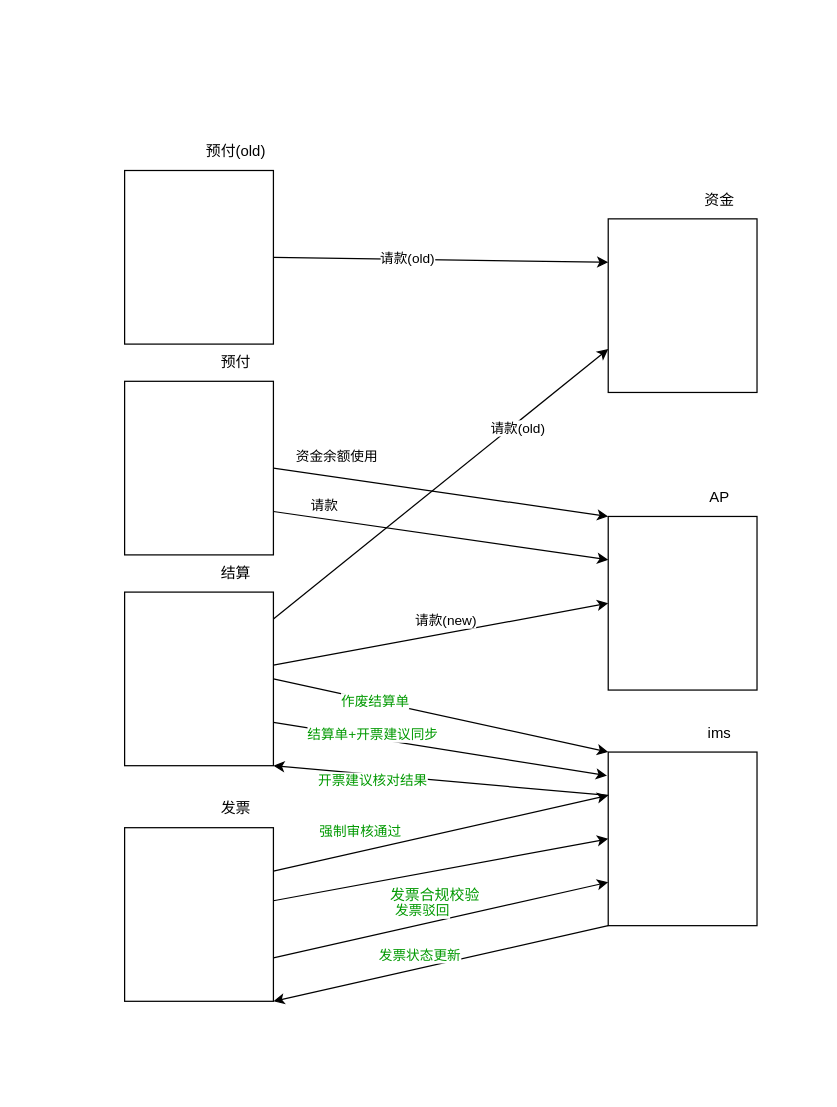
The draw.io diagram page "Page-2" (2 of 2) of 预付流程.drawio in clinkz/whatgithubis, before the edit. Source tidied: cells renumbered, new cells numbered last; positions are measured from the earlier drawing's top-left corner, leaving out a move shared by most shapes. Both pictures are drawn from the tidied source at 124%, with x=0, y=0 at pixel (124, 133).
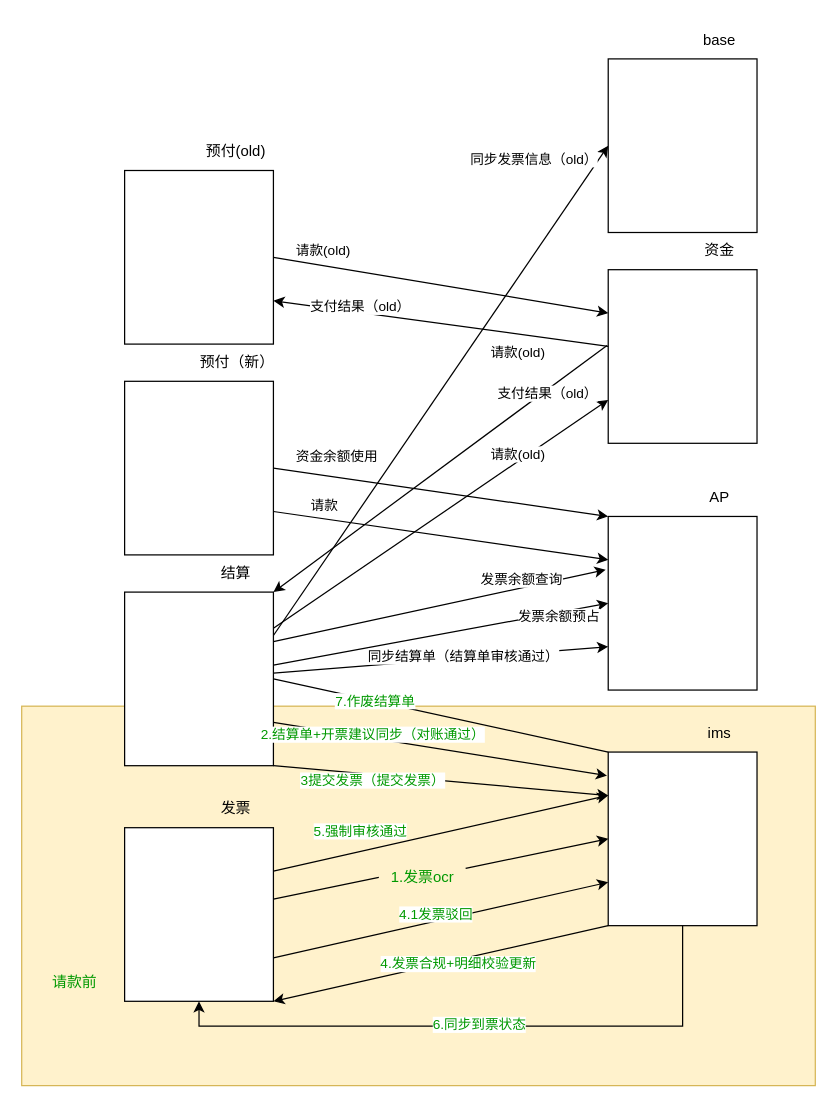
After the change.

Unchanged cells that the change refers to:
```xml
<mxCell id="2" style="group;" parent="1" vertex="1">
  <mxGeometry y="170" width="120" height="170" as="geometry" />
</mxCell>
<mxCell id="6" style="rounded=0;whiteSpace=wrap;html=1;" parent="5" vertex="1">
  <mxGeometry y="30" width="120" height="140" as="geometry" />
</mxCell>
<mxCell id="9" style="rounded=0;whiteSpace=wrap;html=1;" parent="8" vertex="1">
  <mxGeometry y="30" width="120" height="140" as="geometry" />
</mxCell>
<mxCell id="12" style="rounded=0;whiteSpace=wrap;html=1;" parent="11" vertex="1">
  <mxGeometry y="30" width="120" height="140" as="geometry" />
</mxCell>
<mxCell id="15" style="rounded=0;whiteSpace=wrap;html=1;" parent="14" vertex="1">
  <mxGeometry y="30" width="120" height="140" as="geometry" />
</mxCell>
<mxCell id="18" style="rounded=0;whiteSpace=wrap;html=1;" parent="17" vertex="1">
  <mxGeometry y="30" width="120" height="140" as="geometry" />
</mxCell>
<mxCell id="20" style="rounded=0;jettySize=auto;html=1;entryX=0;entryY=0.25;entryDx=0;entryDy=0;endArrow=classic;endFill=1;exitX=1;exitY=0.5;exitDx=0;exitDy=0;" parent="1" edge="1" source="41" target="18">
  <mxGeometry relative="1" as="geometry" />
</mxCell>
<mxCell id="26" style="edgeStyle=none;rounded=0;jettySize=auto;html=1;endArrow=classic;endFill=1;exitX=1;exitY=0.75;exitDx=0;exitDy=0;entryX=-0.008;entryY=0.136;entryDx=0;entryDy=0;entryPerimeter=0;fontColor=#009900;" parent="1" edge="1" source="6" target="12">
  <mxGeometry relative="1" as="geometry" />
</mxCell>
<mxCell id="33" style="edgeStyle=none;rounded=0;jettySize=auto;html=1;entryX=0;entryY=0.25;entryDx=0;entryDy=0;endArrow=classic;endFill=1;exitX=1;exitY=0.25;exitDx=0;exitDy=0;fontColor=#009900;" parent="1" edge="1" source="9" target="12">
  <mxGeometry relative="1" as="geometry" />
</mxCell>
<mxCell id="41" style="rounded=0;whiteSpace=wrap;html=1;shadow=0;" parent="40" vertex="1">
  <mxGeometry y="30" width="120" height="140" as="geometry" />
</mxCell>
```

Diff of the diagram source:
```diff
@@
+    <mxCell id="44" style="rounded=0;whiteSpace=wrap;html=1;shadow=0;fillColor=#fff2cc;strokeColor=#d6b656;" parent="1" vertex="1">
+      <mxGeometry x="-83" y="462" width="640" height="306" as="geometry" />
+    </mxCell>
@@
-    <mxCell id="4" value="预付" style="text;html=1;strokeColor=none;fillColor=none;align=center;verticalAlign=middle;whiteSpace=wrap;rounded=0;shadow=0;" parent="2" vertex="1">
+    <mxCell id="4" value="预付（新）" style="text;html=1;strokeColor=none;fillColor=none;align=center;verticalAlign=middle;whiteSpace=wrap;rounded=0;shadow=0;" parent="2" vertex="1">
       <mxGeometry x="60" width="60" height="30" as="geometry" />
     </mxCell>
@@
     <mxCell id="17" style="group;" parent="1" vertex="1">
-      <mxGeometry x="390" y="39" width="120" height="170" as="geometry" />
+      <mxGeometry x="390" y="80" width="120" height="170" as="geometry" />
     </mxCell>
@@
     <mxCell id="21" value="请款(old)" style="edgeLabel;html=1;align=center;verticalAlign=middle;" parent="20" vertex="1">
-      <mxGeometry x="-0.21" y="1" relative="1" as="geometry" />
+      <mxGeometry x="-0.21" y="1" relative="1" as="geometry">
+        <mxPoint x="-67" y="-22" as="offset" />
+      </mxGeometry>
     </mxCell>
@@
-    <mxCell id="24" style="edgeStyle=none;rounded=0;jettySize=auto;html=1;entryX=0;entryY=0.5;entryDx=0;entryDy=0;endArrow=classic;endFill=1;fontColor=#009900;" parent="1" edge="1" source="9" target="12">
+    <mxCell id="24" style="edgeStyle=none;rounded=0;jettySize=auto;html=1;entryX=0;entryY=0.5;entryDx=0;entryDy=0;endArrow=classic;endFill=1;fontColor=#009900;startArrow=none;" parent="1" edge="1" source="25" target="12">
       <mxGeometry relative="1" as="geometry" />
     </mxCell>
-    <mxCell id="25" value="发票合规校验" style="text;html=1;align=center;verticalAlign=middle;points=[];strokeColor=none;fillColor=none;fontColor=#009900;" parent="1" vertex="1">
-      <mxGeometry x="205" y="605" width="90" height="20" as="geometry" />
-    </mxCell>
@@
-    <mxCell id="27" value="结算单+开票建议同步" style="edgeLabel;html=1;align=center;verticalAlign=middle;fontColor=#009900;" parent="26" vertex="1">
+    <mxCell id="27" value="2.结算单+开票建议同步（对账通过）" style="edgeLabel;html=1;align=center;verticalAlign=middle;fontColor=#009900;" parent="26" vertex="1">
       <mxGeometry x="-0.52" y="1" relative="1" as="geometry">
         <mxPoint x="15" as="offset" />
       </mxGeometry>
     </mxCell>
-    <mxCell id="28" style="edgeStyle=none;rounded=0;jettySize=auto;html=1;entryX=0;entryY=0;entryDx=0;entryDy=0;endArrow=classic;endFill=1;exitX=1;exitY=0.5;exitDx=0;exitDy=0;" parent="1" edge="1" source="6" target="12">
-      <mxGeometry relative="1" as="geometry" />
-    </mxCell>
-    <mxCell id="29" value="作废结算单" style="edgeLabel;html=1;align=center;verticalAlign=middle;fontColor=#009900;" parent="28" vertex="1">
-      <mxGeometry x="-0.4" relative="1" as="geometry" />
-    </mxCell>
-    <mxCell id="30" style="edgeStyle=none;rounded=0;jettySize=auto;html=1;entryX=0;entryY=0.75;entryDx=0;entryDy=0;endArrow=classic;endFill=1;exitX=1;exitY=0.75;exitDx=0;exitDy=0;fontColor=#009900;" parent="1" edge="1" source="9" target="12">
+    <mxCell id="30" style="edgeStyle=none;rounded=0;jettySize=auto;html=1;entryX=0;entryY=0.75;entryDx=0;entryDy=0;endArrow=classic;endFill=1;exitX=1;exitY=0.75;exitDx=0;exitDy=0;fontColor=#009900;startArrow=none;startFill=0;" parent="1" edge="1" source="9" target="12">
       <mxGeometry relative="1" as="geometry" />
     </mxCell>
-    <mxCell id="31" value="发票驳回" style="edgeLabel;html=1;align=center;verticalAlign=middle;fontColor=#009900;" parent="30" vertex="1">
+    <mxCell id="31" value="4.1发票驳回" style="edgeLabel;html=1;align=center;verticalAlign=middle;fontColor=#009900;" parent="30" vertex="1">
       <mxGeometry x="-0.23" y="4" relative="1" as="geometry">
-        <mxPoint x="16" y="-11" as="offset" />
+        <mxPoint x="27" y="-8" as="offset" />
       </mxGeometry>
     </mxCell>
-    <mxCell id="32" value="发票状态更新" style="edgeStyle=none;rounded=0;jettySize=auto;html=1;entryX=1;entryY=1;entryDx=0;entryDy=0;endArrow=classic;endFill=1;exitX=0;exitY=1;exitDx=0;exitDy=0;fontColor=#009900;" parent="1" edge="1" source="12" target="9">
-      <mxGeometry x="0.11" y="-10" relative="1" as="geometry" />
+    <mxCell id="32" value="4.发票合规+明细校验更新" style="edgeStyle=none;rounded=0;jettySize=auto;html=1;entryX=1;entryY=1;entryDx=0;entryDy=0;endArrow=classic;endFill=1;exitX=0;exitY=1;exitDx=0;exitDy=0;fontColor=#009900;" parent="1" edge="1" source="12" target="9">
+      <mxGeometry x="-0.1" y="4" relative="1" as="geometry" />
     </mxCell>
@@
-    <mxCell id="34" value="强制审核通过" style="edgeLabel;html=1;align=center;verticalAlign=middle;fontColor=#009900;" parent="33" vertex="1">
+    <mxCell id="34" value="5.强制审核通过" style="edgeLabel;html=1;align=center;verticalAlign=middle;fontColor=#009900;" parent="33" vertex="1">
       <mxGeometry x="-0.39" relative="1" as="geometry">
         <mxPoint x="-12" y="-14" as="offset" />
       </mxGeometry>
     </mxCell>
-    <mxCell id="35" value="开票建议核对结果" style="edgeStyle=none;rounded=0;jettySize=auto;html=1;entryX=1;entryY=1;entryDx=0;entryDy=0;endArrow=classic;endFill=1;exitX=0;exitY=0.25;exitDx=0;exitDy=0;fontColor=#009900;" parent="1" edge="1" source="12" target="6">
+    <mxCell id="35" value="3提交发票（提交发票）" style="edgeStyle=none;rounded=0;jettySize=auto;html=1;entryX=1;entryY=1;entryDx=0;entryDy=0;endArrow=none;endFill=0;exitX=0;exitY=0.25;exitDx=0;exitDy=0;fontColor=#009900;startArrow=classic;startFill=1;" parent="1" edge="1" source="12" target="6">
       <mxGeometry x="0.4" y="5" relative="1" as="geometry" />
     </mxCell>
@@
-    <mxCell id="43" value="请款(new)" style="edgeStyle=none;rounded=0;jettySize=auto;html=1;entryX=0;entryY=0.5;entryDx=0;entryDy=0;endArrow=classic;endFill=1;" parent="1" edge="1" source="6" target="15">
-      <mxGeometry x="0.04" y="10" relative="1" as="geometry" />
+    <mxCell id="43" value="发票余额预占" style="edgeStyle=none;rounded=0;jettySize=auto;html=1;entryX=0;entryY=0.5;entryDx=0;entryDy=0;endArrow=classic;endFill=1;" parent="1" edge="1" source="6" target="15">
+      <mxGeometry x="0.7" y="-4" relative="1" as="geometry" />
     </mxCell>
+    <mxCell id="25" value="1.发票ocr" style="text;html=1;align=center;verticalAlign=middle;points=[];strokeColor=none;fillColor=none;fontColor=#009900;" parent="1" vertex="1">
+      <mxGeometry x="205" y="590" width="70" height="20" as="geometry" />
+    </mxCell>
+    <mxCell id="45" style="edgeStyle=none;rounded=0;jettySize=auto;html=1;entryX=0;entryY=0.5;entryDx=0;entryDy=0;endArrow=none;endFill=1;fontColor=#009900;" parent="1" edge="1" source="9" target="25">
+      <mxGeometry relative="1" as="geometry" />
+    </mxCell>
+    <mxCell id="46" style="edgeStyle=orthogonalEdgeStyle;rounded=0;jettySize=auto;html=1;fontColor=#009900;endArrow=classic;endFill=1;" parent="1" edge="1" source="12" target="9">
+      <mxGeometry relative="1" as="geometry">
+        <Array as="points">
+          <mxPoint x="450" y="720" />
+          <mxPoint x="60" y="720" />
+        </Array>
+      </mxGeometry>
+    </mxCell>
+    <mxCell id="47" value="6.同步到票状态" style="edgeLabel;html=1;align=center;verticalAlign=middle;fontColor=#009900;" parent="46" vertex="1">
+      <mxGeometry y="-2" relative="1" as="geometry" />
+    </mxCell>
+    <mxCell id="48" value="请款前" style="text;html=1;strokeColor=none;fillColor=none;align=center;verticalAlign=middle;whiteSpace=wrap;rounded=0;shadow=0;fontColor=#009900;" parent="1" vertex="1">
+      <mxGeometry x="-70" y="670" width="60" height="30" as="geometry" />
+    </mxCell>
+    <mxCell id="28" style="edgeStyle=none;rounded=0;jettySize=auto;html=1;entryX=0;entryY=0;entryDx=0;entryDy=0;endArrow=none;endFill=1;exitX=1;exitY=0.5;exitDx=0;exitDy=0;" parent="1" edge="1" source="6" target="12">
+      <mxGeometry relative="1" as="geometry" />
+    </mxCell>
+    <mxCell id="49" value="7.作废结算单" style="edgeLabel;html=1;align=center;verticalAlign=middle;fontColor=#009900;" parent="28" vertex="1">
+      <mxGeometry x="-0.4" relative="1" as="geometry" />
+    </mxCell>
+    <mxCell id="50" style="group;" parent="1" vertex="1">
+      <mxGeometry x="390" y="-90" width="120" height="170" as="geometry" />
+    </mxCell>
+    <mxCell id="51" style="rounded=0;whiteSpace=wrap;html=1;" parent="50" vertex="1">
+      <mxGeometry y="30" width="120" height="140" as="geometry" />
+    </mxCell>
+    <mxCell id="52" value="base" style="text;html=1;strokeColor=none;fillColor=none;align=center;verticalAlign=middle;whiteSpace=wrap;rounded=0;" parent="50" vertex="1">
+      <mxGeometry x="60" width="60" height="30" as="geometry" />
+    </mxCell>
+    <mxCell id="53" style="edgeStyle=none;rounded=0;jettySize=auto;html=1;entryX=0;entryY=0.5;entryDx=0;entryDy=0;endArrow=classic;endFill=1;exitX=1;exitY=0.25;exitDx=0;exitDy=0;" parent="1" edge="1" source="6" target="51">
+      <mxGeometry relative="1" as="geometry" />
+    </mxCell>
+    <mxCell id="54" value="请款(old)" style="edgeLabel;html=1;align=center;verticalAlign=middle;" parent="53" vertex="1">
+      <mxGeometry x="-0.16" relative="1" as="geometry">
+        <mxPoint x="83" y="-63" as="offset" />
+      </mxGeometry>
+    </mxCell>
+    <mxCell id="55" value="同步发票信息（old）" style="edgeLabel;html=1;align=center;verticalAlign=middle;fontColor=#000000;" parent="53" vertex="1">
+      <mxGeometry x="0.86" y="3" relative="1" as="geometry">
+        <mxPoint x="-39" y="-15" as="offset" />
+      </mxGeometry>
+    </mxCell>
+    <mxCell id="56" style="rounded=0;jettySize=auto;html=1;entryX=1;entryY=0.75;entryDx=0;entryDy=0;fontColor=#000000;startArrow=none;startFill=0;endArrow=classic;endFill=1;" parent="1" edge="1" source="18" target="41">
+      <mxGeometry relative="1" as="geometry" />
+    </mxCell>
+    <mxCell id="57" value="支付结果（old）" style="edgeLabel;html=1;align=center;verticalAlign=middle;fontColor=#000000;" parent="56" vertex="1">
+      <mxGeometry x="0.1" y="-1" relative="1" as="geometry">
+        <mxPoint x="-52" y="-11" as="offset" />
+      </mxGeometry>
+    </mxCell>
+    <mxCell id="58" style="rounded=0;jettySize=auto;html=1;entryX=1;entryY=0;entryDx=0;entryDy=0;fontColor=#000000;startArrow=none;startFill=0;endArrow=classic;endFill=1;exitX=-0.008;exitY=0.436;exitDx=0;exitDy=0;exitPerimeter=0;" parent="1" edge="1" source="18" target="6">
+      <mxGeometry relative="1" as="geometry" />
+    </mxCell>
+    <mxCell id="59" value="支付结果（old）" style="edgeLabel;html=1;align=center;verticalAlign=middle;fontColor=#000000;" parent="58" vertex="1">
+      <mxGeometry x="0.1" y="-1" relative="1" as="geometry">
+        <mxPoint x="100" y="-70" as="offset" />
+      </mxGeometry>
+    </mxCell>
+    <mxCell id="60" value="发票余额查询" style="edgeStyle=none;rounded=0;jettySize=auto;html=1;entryX=-0.017;entryY=0.307;entryDx=0;entryDy=0;endArrow=classic;endFill=1;entryPerimeter=0;" parent="1" edge="1" target="15">
+      <mxGeometry x="0.5" y="7" relative="1" as="geometry">
+        <mxPoint x="120" y="410" as="sourcePoint" />
+      </mxGeometry>
+    </mxCell>
+    <mxCell id="61" style="edgeStyle=none;rounded=0;jettySize=auto;html=1;entryX=0;entryY=0.75;entryDx=0;entryDy=0;fontColor=#000000;startArrow=none;startFill=0;endArrow=classic;endFill=1;" parent="1" edge="1" source="6" target="15">
+      <mxGeometry relative="1" as="geometry" />
+    </mxCell>
+    <mxCell id="62" value="同步结算单（结算单审核通过）" style="edgeLabel;html=1;align=center;verticalAlign=middle;fontColor=#000000;" parent="61" vertex="1">
+      <mxGeometry x="0.13" y="2" relative="1" as="geometry" />
+    </mxCell>
```
